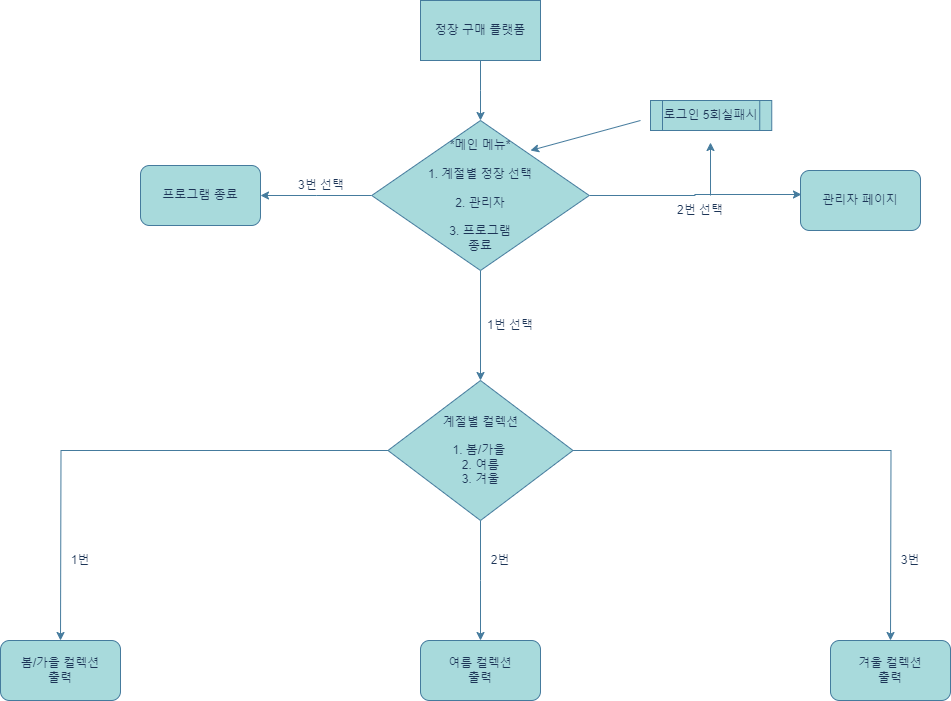
The draw.io diagram 230320순서도.drawio.png in SangHa000/TEAMPROJECT1, before a commit. Source tidied: cells renumbered, new cells last; positions are measured from the earlier drawing's top-left corner, leaving out a move shared by most shapes.
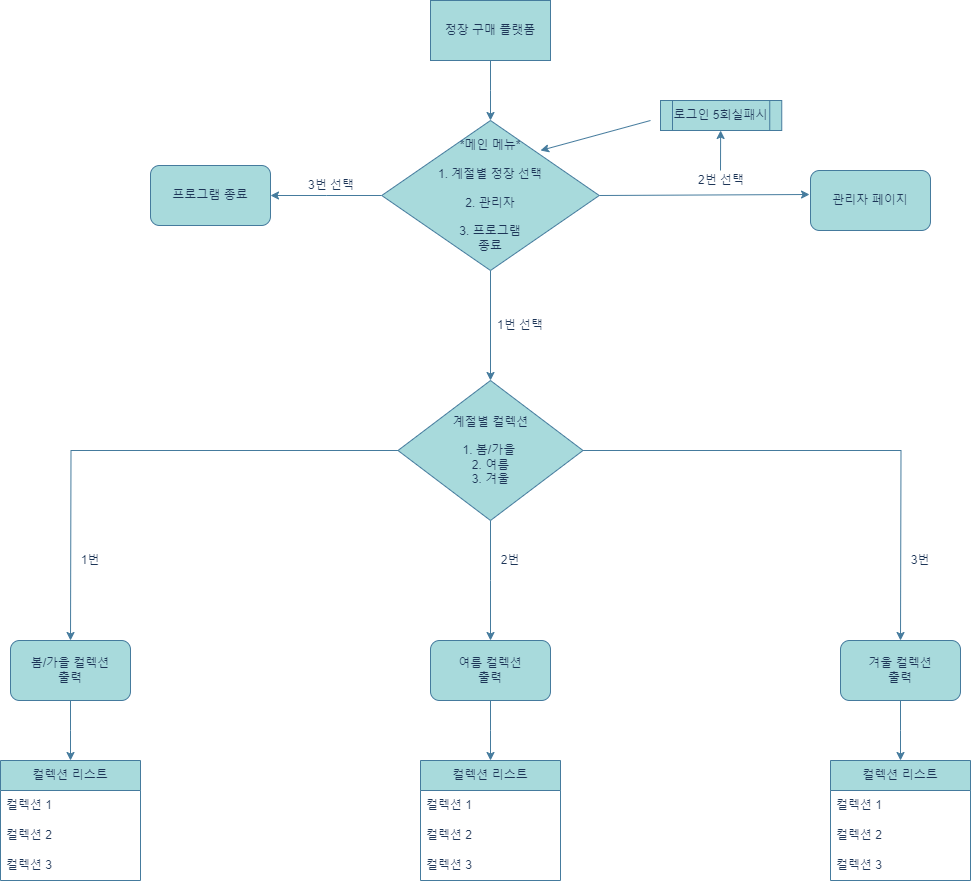
After the commit.

Commit message:
230320순서도.drawio.png 업데이트

What changed in the source:
```diff
@@ -18,23 +18,20 @@
         <mxPoint x="260" y="195" as="targetPoint" />
       </mxGeometry>
     </mxCell>
-    <mxCell id="6" style="edgeStyle=orthogonalEdgeStyle;rounded=0;jettySize=auto;html=1;exitX=1;exitY=0.5;exitDx=0;exitDy=0;entryX=0.008;entryY=0.4;entryDx=0;entryDy=0;entryPerimeter=0;labelBackgroundColor=none;strokeColor=#457B9D;fontColor=default;" parent="1" edge="1" source="7" target="15">
-      <mxGeometry relative="1" as="geometry" />
-    </mxCell>
     <mxCell id="7" value="*메인 메뉴*&lt;br&gt;&lt;br&gt;1. 계절별 정장 선택&lt;br&gt;&lt;br&gt;2. 관리자&lt;br&gt;&lt;br&gt;3. 프로그램&lt;br&gt;종료" style="rhombus;whiteSpace=wrap;html=1;labelBackgroundColor=none;fillColor=#A8DADC;strokeColor=#457B9D;fontColor=#1D3557;" parent="1" vertex="1">
       <mxGeometry x="371.2" y="120" width="217.5" height="150" as="geometry" />
     </mxCell>
-    <mxCell id="8" style="edgeStyle=orthogonalEdgeStyle;rounded=0;jettySize=auto;html=1;exitX=0;exitY=0.5;exitDx=0;exitDy=0;strokeColor=#457B9D;fontColor=#1D3557;fillColor=#A8DADC;" parent="1" edge="1" source="11">
+    <mxCell id="8" style="edgeStyle=orthogonalEdgeStyle;rounded=0;jettySize=auto;html=1;exitX=0;exitY=0.5;exitDx=0;exitDy=0;strokeColor=#457B9D;fontColor=default;fillColor=#A8DADC;labelBackgroundColor=none;" parent="1" edge="1" source="11">
       <mxGeometry relative="1" as="geometry">
         <mxPoint x="60" y="640" as="targetPoint" />
       </mxGeometry>
     </mxCell>
-    <mxCell id="9" style="edgeStyle=orthogonalEdgeStyle;rounded=0;jettySize=auto;html=1;exitX=1;exitY=0.5;exitDx=0;exitDy=0;strokeColor=#457B9D;fontColor=#1D3557;fillColor=#A8DADC;" parent="1" edge="1" source="11">
+    <mxCell id="9" style="edgeStyle=orthogonalEdgeStyle;rounded=0;jettySize=auto;html=1;exitX=1;exitY=0.5;exitDx=0;exitDy=0;strokeColor=#457B9D;fontColor=default;fillColor=#A8DADC;labelBackgroundColor=none;" parent="1" edge="1" source="11">
       <mxGeometry relative="1" as="geometry">
         <mxPoint x="890" y="640" as="targetPoint" />
       </mxGeometry>
     </mxCell>
-    <mxCell id="10" style="edgeStyle=orthogonalEdgeStyle;rounded=0;jettySize=auto;html=1;exitX=0.5;exitY=1;exitDx=0;exitDy=0;strokeColor=#457B9D;fontColor=#1D3557;fillColor=#A8DADC;" parent="1" edge="1" source="11">
+    <mxCell id="10" style="edgeStyle=orthogonalEdgeStyle;rounded=0;jettySize=auto;html=1;exitX=0.5;exitY=1;exitDx=0;exitDy=0;strokeColor=#457B9D;fontColor=default;fillColor=#A8DADC;labelBackgroundColor=none;" parent="1" edge="1" source="11">
       <mxGeometry relative="1" as="geometry">
         <mxPoint x="480" y="640" as="targetPoint" />
       </mxGeometry>
@@ -55,12 +52,12 @@
       <mxGeometry x="800" y="170" width="120" height="60" as="geometry" />
     </mxCell>
     <mxCell id="16" value="2번 선택" style="text;html=1;strokeColor=none;fillColor=none;align=center;verticalAlign=middle;whiteSpace=wrap;rounded=0;labelBackgroundColor=none;fontColor=#1D3557;" parent="1" vertex="1">
-      <mxGeometry x="670" y="195" width="60" height="30" as="geometry" />
+      <mxGeometry x="680.6" y="165" width="60" height="30" as="geometry" />
     </mxCell>
     <mxCell id="17" style="endArrow=classic;html=1;rounded=0;entryX=0.427;entryY=1.067;entryDx=0;entryDy=0;entryPerimeter=0;labelBackgroundColor=none;strokeColor=#457B9D;fontColor=default;" parent="1" edge="1">
       <mxGeometry relative="1" as="geometry">
-        <mxPoint x="710" y="195" as="sourcePoint" />
-        <mxPoint x="710" y="142" as="targetPoint" />
+        <mxPoint x="710" y="170" as="sourcePoint" />
+        <mxPoint x="710.1" y="130" as="targetPoint" />
       </mxGeometry>
     </mxCell>
     <mxCell id="18" style="endArrow=classic;html=1;rounded=0;entryX=0.73;entryY=0.2;entryDx=0;entryDy=0;entryPerimeter=0;labelBackgroundColor=none;strokeColor=#457B9D;fontColor=default;" parent="1" edge="1" target="7">
@@ -71,23 +68,77 @@
     <mxCell id="19" value="로그인 5회실패시" style="shape=process;whiteSpace=wrap;html=1;backgroundOutline=1;labelBackgroundColor=none;fillColor=#A8DADC;strokeColor=#457B9D;fontColor=#1D3557;" parent="1" vertex="1">
       <mxGeometry x="650" y="100" width="121.2" height="30" as="geometry" />
     </mxCell>
+    <mxCell id="26" style="edgeStyle=orthogonalEdgeStyle;rounded=0;jettySize=auto;html=1;exitX=0.5;exitY=1;exitDx=0;exitDy=0;strokeColor=#457B9D;fontColor=#1D3557;fillColor=#A8DADC;" parent="1" edge="1" source="20">
+      <mxGeometry relative="1" as="geometry">
+        <mxPoint x="60" y="760" as="targetPoint" />
+      </mxGeometry>
+    </mxCell>
-    <mxCell id="20" value="봄/가을 컬렉션&lt;br&gt;출력" style="rounded=1;whiteSpace=wrap;html=1;strokeColor=#457B9D;fontColor=#1D3557;fillColor=#A8DADC;" parent="1" vertex="1">
+    <mxCell id="20" value="봄/가을 컬렉션&lt;br&gt;출력" style="rounded=1;whiteSpace=wrap;html=1;strokeColor=#457B9D;fontColor=#1D3557;fillColor=#A8DADC;labelBackgroundColor=none;" parent="1" vertex="1">
       <mxGeometry y="640" width="120" height="60" as="geometry" />
     </mxCell>
+    <mxCell id="27" style="edgeStyle=orthogonalEdgeStyle;rounded=0;jettySize=auto;html=1;exitX=0.5;exitY=1;exitDx=0;exitDy=0;strokeColor=#457B9D;fontColor=#1D3557;fillColor=#A8DADC;" parent="1" edge="1" source="21">
+      <mxGeometry relative="1" as="geometry">
+        <mxPoint x="480" y="760" as="targetPoint" />
+      </mxGeometry>
+    </mxCell>
-    <mxCell id="21" value="여름 컬렉션&lt;br style=&quot;border-color: var(--border-color);&quot;&gt;출력" style="rounded=1;whiteSpace=wrap;html=1;strokeColor=#457B9D;fontColor=#1D3557;fillColor=#A8DADC;" parent="1" vertex="1">
+    <mxCell id="21" value="여름 컬렉션&lt;br style=&quot;border-color: var(--border-color);&quot;&gt;출력" style="rounded=1;whiteSpace=wrap;html=1;strokeColor=#457B9D;fontColor=#1D3557;fillColor=#A8DADC;labelBackgroundColor=none;" parent="1" vertex="1">
       <mxGeometry x="420" y="640" width="120" height="60" as="geometry" />
     </mxCell>
+    <mxCell id="28" style="edgeStyle=orthogonalEdgeStyle;rounded=0;jettySize=auto;html=1;exitX=0.5;exitY=1;exitDx=0;exitDy=0;strokeColor=#457B9D;fontColor=#1D3557;fillColor=#A8DADC;" parent="1" edge="1" source="22">
+      <mxGeometry relative="1" as="geometry">
+        <mxPoint x="890" y="760" as="targetPoint" />
+      </mxGeometry>
+    </mxCell>
-    <mxCell id="22" value="겨울 컬렉션&lt;br style=&quot;border-color: var(--border-color);&quot;&gt;출력" style="rounded=1;whiteSpace=wrap;html=1;strokeColor=#457B9D;fontColor=#1D3557;fillColor=#A8DADC;" parent="1" vertex="1">
+    <mxCell id="22" value="겨울 컬렉션&lt;br style=&quot;border-color: var(--border-color);&quot;&gt;출력" style="rounded=1;whiteSpace=wrap;html=1;strokeColor=#457B9D;fontColor=#1D3557;fillColor=#A8DADC;labelBackgroundColor=none;" parent="1" vertex="1">
       <mxGeometry x="830" y="640" width="120" height="60" as="geometry" />
     </mxCell>
-    <mxCell id="23" value="1번" style="text;html=1;strokeColor=none;fillColor=none;align=center;verticalAlign=middle;whiteSpace=wrap;rounded=0;fontColor=#1D3557;" parent="1" vertex="1">
+    <mxCell id="23" value="1번" style="text;html=1;strokeColor=none;fillColor=none;align=center;verticalAlign=middle;whiteSpace=wrap;rounded=0;fontColor=#1D3557;labelBackgroundColor=none;" parent="1" vertex="1">
       <mxGeometry x="50" y="545" width="60" height="30" as="geometry" />
     </mxCell>
-    <mxCell id="24" value="3번" style="text;html=1;strokeColor=none;fillColor=none;align=center;verticalAlign=middle;whiteSpace=wrap;rounded=0;fontColor=#1D3557;" parent="1" vertex="1">
+    <mxCell id="24" value="3번" style="text;html=1;strokeColor=none;fillColor=none;align=center;verticalAlign=middle;whiteSpace=wrap;rounded=0;fontColor=#1D3557;labelBackgroundColor=none;" parent="1" vertex="1">
       <mxGeometry x="880" y="545" width="60" height="30" as="geometry" />
     </mxCell>
-    <mxCell id="25" value="2번" style="text;html=1;strokeColor=none;fillColor=none;align=center;verticalAlign=middle;whiteSpace=wrap;rounded=0;fontColor=#1D3557;" parent="1" vertex="1">
+    <mxCell id="25" value="2번" style="text;html=1;strokeColor=none;fillColor=none;align=center;verticalAlign=middle;whiteSpace=wrap;rounded=0;fontColor=#1D3557;labelBackgroundColor=none;" parent="1" vertex="1">
       <mxGeometry x="470" y="545" width="60" height="30" as="geometry" />
     </mxCell>
+    <mxCell id="6" style="endArrow=classic;html=1;rounded=0;labelBackgroundColor=none;strokeColor=#457B9D;fontColor=default;exitX=1;exitY=0.5;exitDx=0;exitDy=0;entryX=-0.008;entryY=0.4;entryDx=0;entryDy=0;entryPerimeter=0;" parent="1" edge="1" source="7" target="15">
+      <mxGeometry relative="1" as="geometry" />
+    </mxCell>
+    <mxCell id="29" value="컬렉션 리스트" style="swimlane;fontStyle=0;horizontal=1;startSize=30;whiteSpace=wrap;html=1;strokeColor=#457B9D;fontColor=#1D3557;fillColor=#A8DADC;" parent="1" vertex="1">
+      <mxGeometry x="-10" y="760" width="140" height="120" as="geometry" />
+    </mxCell>
+    <mxCell id="30" value="컬렉션 1" style="text;strokeColor=none;fillColor=none;align=left;verticalAlign=middle;spacingLeft=4;spacingRight=4;overflow=hidden;whiteSpace=wrap;html=1;fontColor=#1D3557;" parent="29" vertex="1">
+      <mxGeometry y="30" width="140" height="30" as="geometry" />
+    </mxCell>
+    <mxCell id="31" value="컬렉션 2" style="text;strokeColor=none;fillColor=none;align=left;verticalAlign=middle;spacingLeft=4;spacingRight=4;overflow=hidden;whiteSpace=wrap;html=1;fontColor=#1D3557;" parent="29" vertex="1">
+      <mxGeometry y="60" width="140" height="30" as="geometry" />
+    </mxCell>
+    <mxCell id="32" value="컬렉션 3" style="text;strokeColor=none;fillColor=none;align=left;verticalAlign=middle;spacingLeft=4;spacingRight=4;overflow=hidden;whiteSpace=wrap;html=1;fontColor=#1D3557;" parent="29" vertex="1">
+      <mxGeometry y="90" width="140" height="30" as="geometry" />
+    </mxCell>
+    <mxCell id="33" value="컬렉션 리스트" style="swimlane;fontStyle=0;horizontal=1;startSize=30;whiteSpace=wrap;html=1;strokeColor=#457B9D;fontColor=#1D3557;fillColor=#A8DADC;" parent="1" vertex="1">
+      <mxGeometry x="410" y="760" width="140" height="120" as="geometry" />
+    </mxCell>
+    <mxCell id="34" value="컬렉션 1" style="text;strokeColor=none;fillColor=none;align=left;verticalAlign=middle;spacingLeft=4;spacingRight=4;overflow=hidden;whiteSpace=wrap;html=1;fontColor=#1D3557;" parent="33" vertex="1">
+      <mxGeometry y="30" width="140" height="30" as="geometry" />
+    </mxCell>
+    <mxCell id="35" value="컬렉션 2" style="text;strokeColor=none;fillColor=none;align=left;verticalAlign=middle;spacingLeft=4;spacingRight=4;overflow=hidden;whiteSpace=wrap;html=1;fontColor=#1D3557;" parent="33" vertex="1">
+      <mxGeometry y="60" width="140" height="30" as="geometry" />
+    </mxCell>
+    <mxCell id="36" value="컬렉션 3" style="text;strokeColor=none;fillColor=none;align=left;verticalAlign=middle;spacingLeft=4;spacingRight=4;overflow=hidden;whiteSpace=wrap;html=1;fontColor=#1D3557;" parent="33" vertex="1">
+      <mxGeometry y="90" width="140" height="30" as="geometry" />
+    </mxCell>
+    <mxCell id="37" value="컬렉션 리스트" style="swimlane;fontStyle=0;horizontal=1;startSize=30;whiteSpace=wrap;html=1;strokeColor=#457B9D;fontColor=#1D3557;fillColor=#A8DADC;" parent="1" vertex="1">
+      <mxGeometry x="820" y="760" width="140" height="120" as="geometry" />
+    </mxCell>
+    <mxCell id="38" value="컬렉션 1" style="text;strokeColor=none;fillColor=none;align=left;verticalAlign=middle;spacingLeft=4;spacingRight=4;overflow=hidden;whiteSpace=wrap;html=1;fontColor=#1D3557;" parent="37" vertex="1">
+      <mxGeometry y="30" width="140" height="30" as="geometry" />
+    </mxCell>
+    <mxCell id="39" value="컬렉션 2" style="text;strokeColor=none;fillColor=none;align=left;verticalAlign=middle;spacingLeft=4;spacingRight=4;overflow=hidden;whiteSpace=wrap;html=1;fontColor=#1D3557;" parent="37" vertex="1">
+      <mxGeometry y="60" width="140" height="30" as="geometry" />
+    </mxCell>
+    <mxCell id="40" value="컬렉션 3" style="text;strokeColor=none;fillColor=none;align=left;verticalAlign=middle;spacingLeft=4;spacingRight=4;overflow=hidden;whiteSpace=wrap;html=1;fontColor=#1D3557;" parent="37" vertex="1">
+      <mxGeometry y="90" width="140" height="30" as="geometry" />
+    </mxCell>
   </root>
 </mxGraphModel>
```
